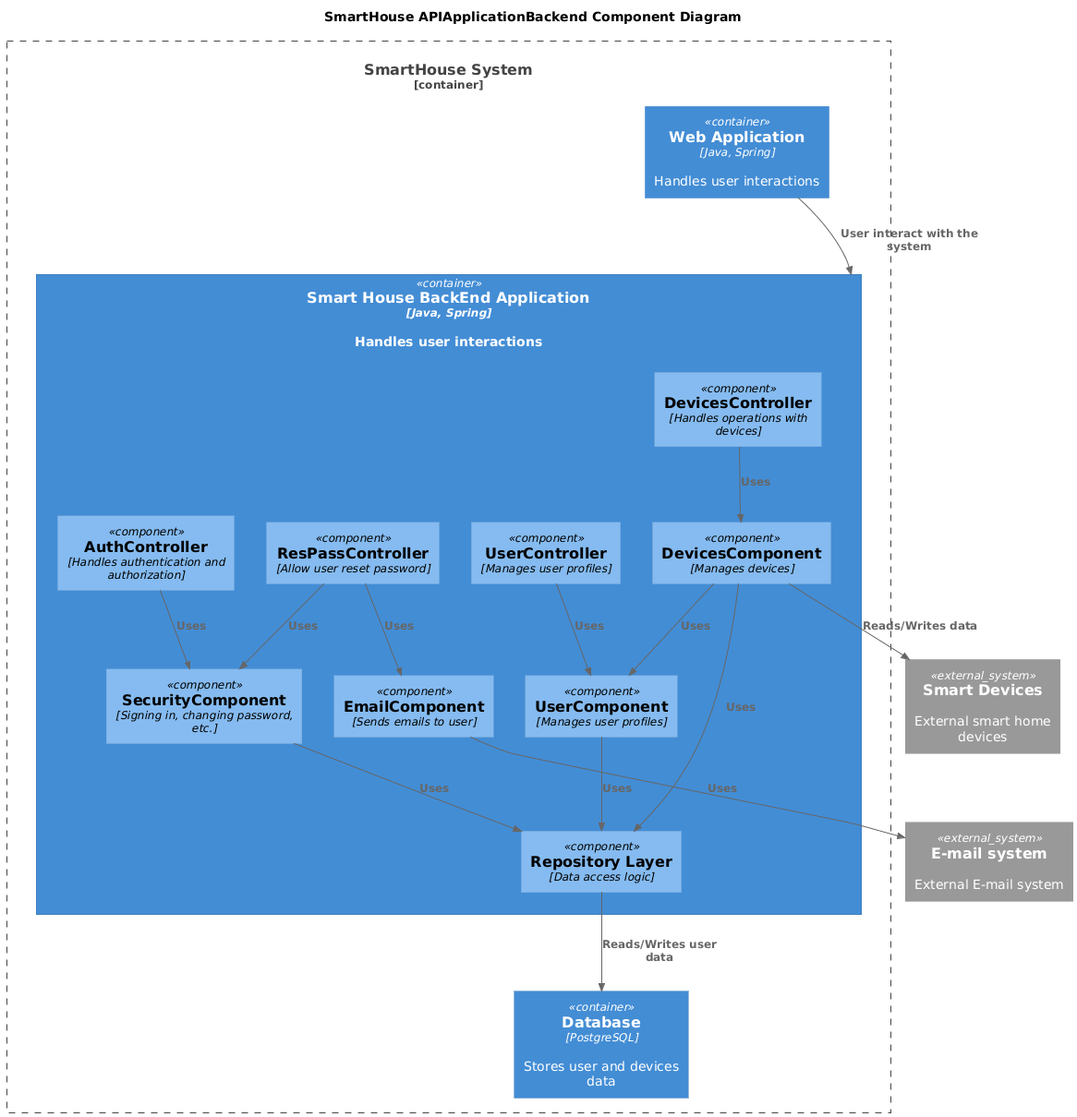
The PlantUML diagram schemas/smarthouse_component.png in baranovilyaserg/architecture-pro-warmhouse, before a commit. Its diagram source:
```plantuml
@startuml
title SmartHouse APIApplicationBackend Component Diagram

top to bottom direction

!includeurl https://raw.githubusercontent.com/RicardoNiepel/C4-PlantUML/master/C4_Component.puml

Container_Boundary(SmartHouse, "SmartHouse System") {
  Container(WebApp, "Web Application", "Java, Spring", "Handles user interactions")
  Container(APIApplicationBackend, "Smart House BackEnd Application", "Java, Spring", "Handles user interactions")
  Container(Database, "Database", "PostgreSQL", "Stores user and devices data")
}

Container(APIApplicationBackend, "Provide functionality api application", "Java, Python") {
  Component(AuthController, "AuthController", "Handles authentication and authorization")
  Component(ResetPasswordController, "ResPassController", "Allow user reset password")
  Component(SecurityComponent, "SecurityComponent", "Signing in, changing password, etc.")
  Component(EmailComponent, "EmailComponent", "Sends emails to user")
  Component(UserController, "UserController", "Manages user profiles")
  Component(UserComponent, "UserComponent", "Manages user profiles")

  Component(DevicesController, "DevicesController", "Handles operations with devices")
  Component(DevicesComponent, "DevicesComponent", "Manages devices")

  Component(RepositoryLayer, "Repository Layer", "Data access logic")
}

System_Ext(SmartDevices, "Smart Devices", "External smart home devices")
System_Ext(EmailSystem, "E-mail system", "External E-mail system")


Rel(EmailComponent,EmailSystem,"Uses")

Rel(WebApp,APIApplicationBackend,"User interact with the system")

Rel(AuthController,SecurityComponent,"Uses")
Rel(ResetPasswordController,SecurityComponent,"Uses")
Rel(ResetPasswordController,EmailComponent,"Uses")
Rel(SecurityComponent,RepositoryLayer,"Uses")

Rel(UserController,UserComponent,"Uses")
Rel(UserComponent,RepositoryLayer,"Uses")

Rel(DevicesController,DevicesComponent,"Uses")
Rel(DevicesComponent,SmartDevices,"Reads/Writes data")
Rel(DevicesComponent,UserComponent,"Uses")
Rel(DevicesComponent,RepositoryLayer,"Uses")

Rel(RepositoryLayer,Database,"Reads/Writes user data")
@enduml
```
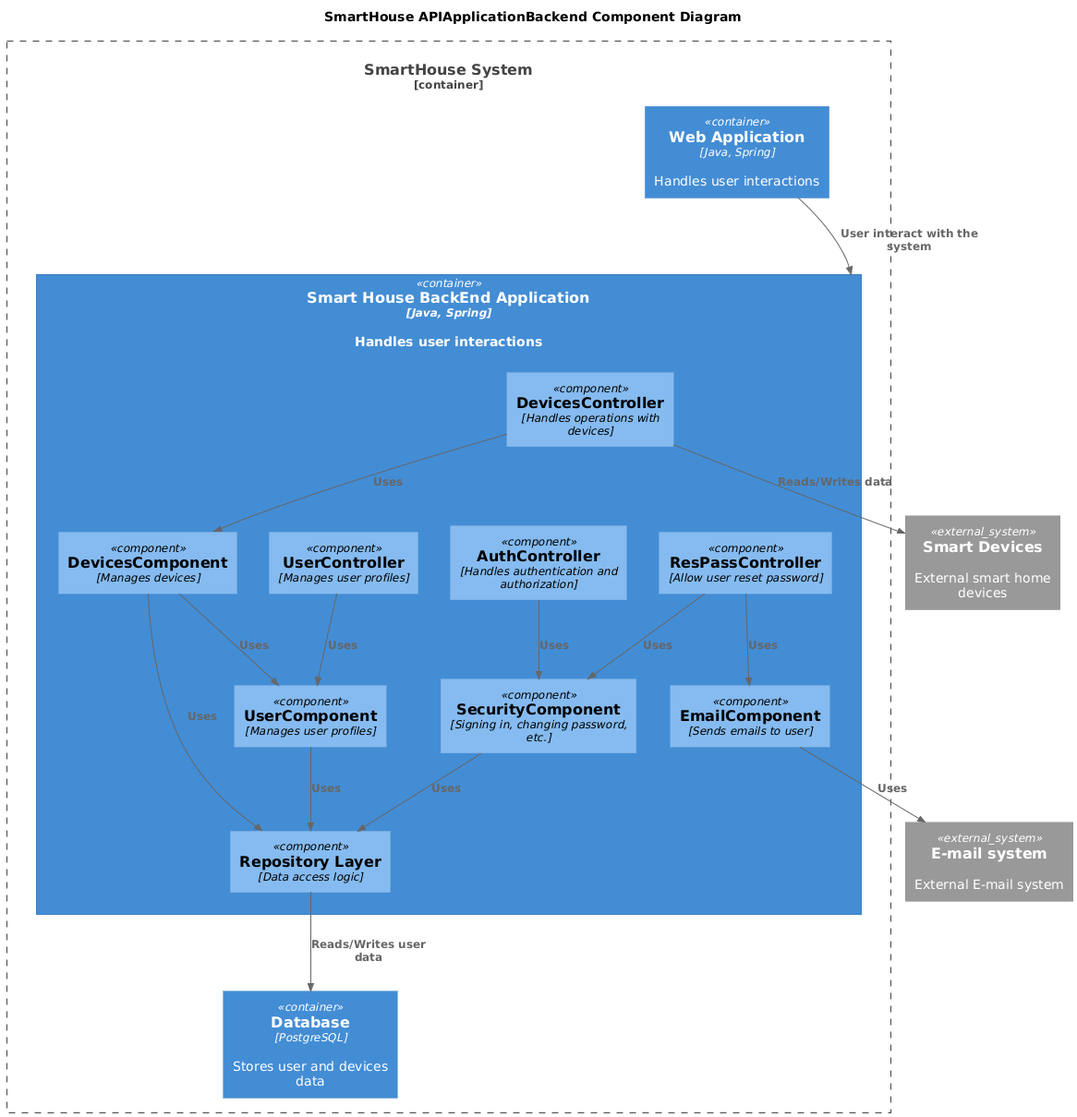
Above is the later version.

Diff of the diagram source:
```diff
@@ -42,7 +42,7 @@
 Rel(UserComponent,RepositoryLayer,"Uses")
 
 Rel(DevicesController,DevicesComponent,"Uses")
-Rel(DevicesComponent,SmartDevices,"Reads/Writes data")
+Rel(DevicesController,SmartDevices,"Reads/Writes data")
 Rel(DevicesComponent,UserComponent,"Uses")
 Rel(DevicesComponent,RepositoryLayer,"Uses")
 
```
